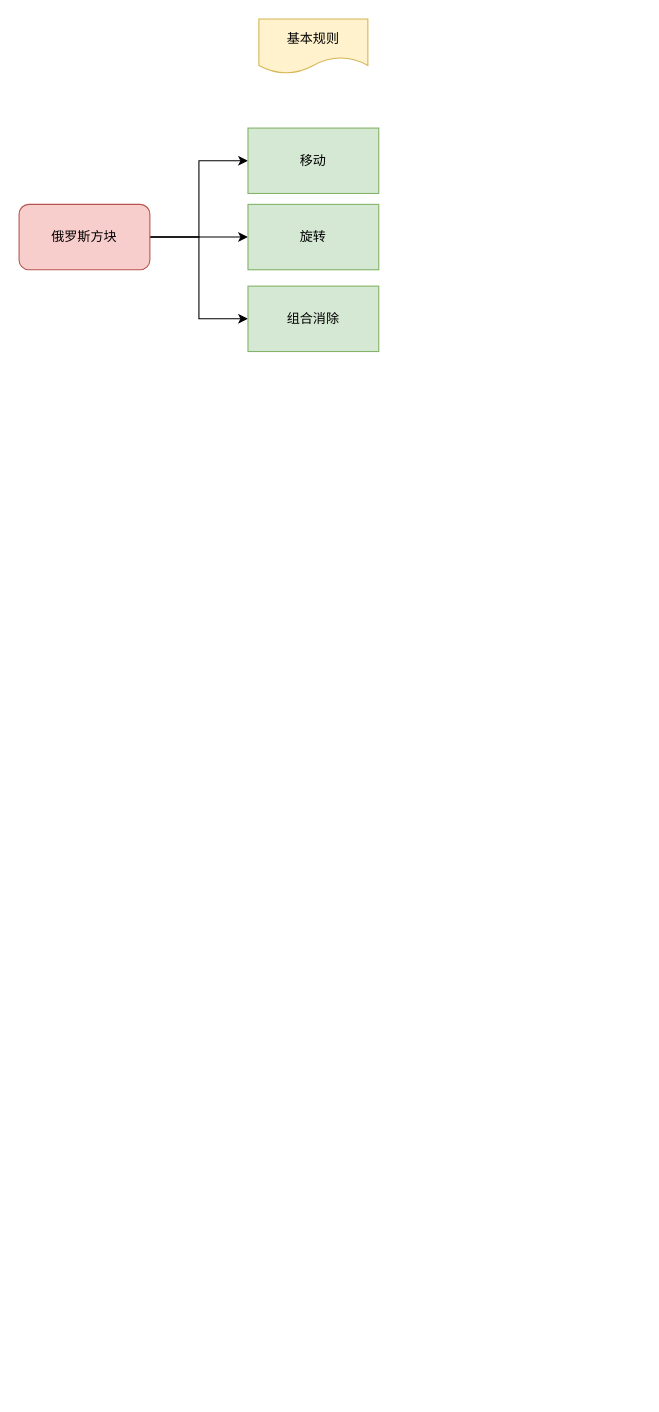
javakenny/Drawio keeps this draw.io diagram as 未命名绘图.drawio. Above is the earlier version. Source tidied: cells renumbered, new cells numbered last; positions are measured from the earlier drawing's top-left corner, leaving out a move shared by most shapes. Both pictures are drawn from the tidied source at 109%, with x=0, y=0 at pixel (19, 19).
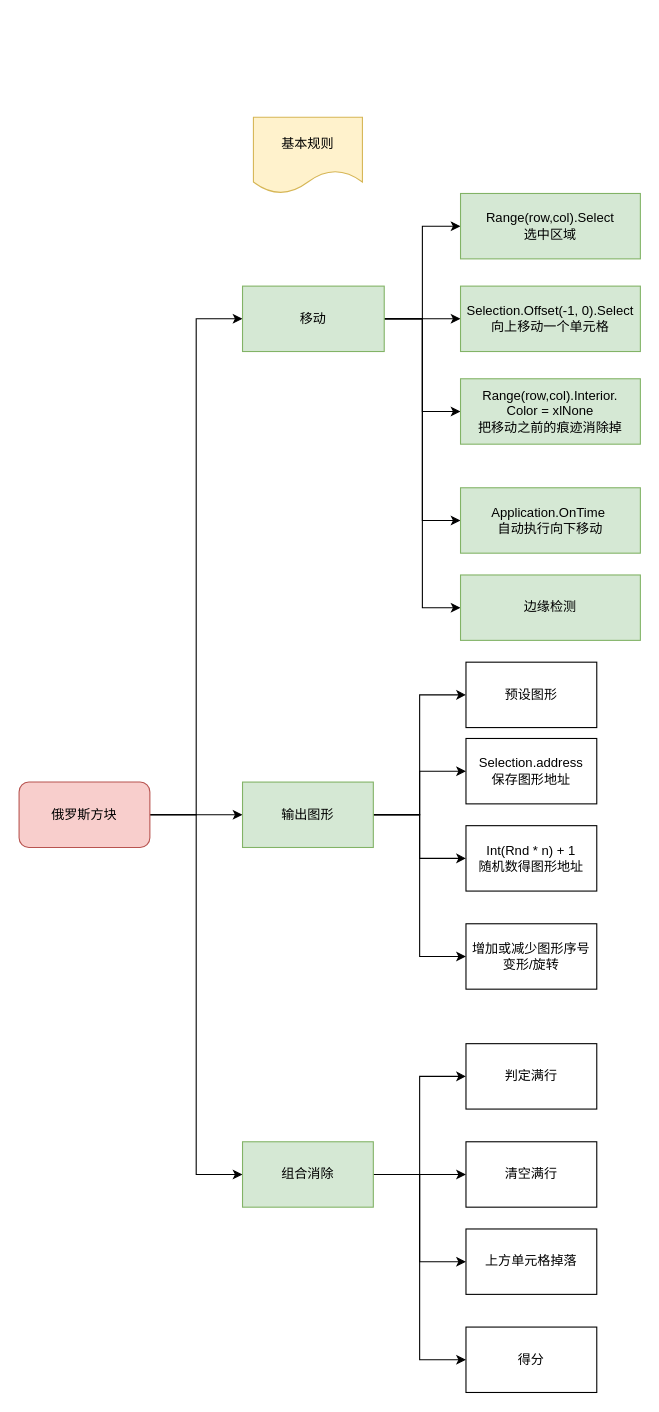
Above is the later version.

Commit message (it also covers changes not shown here):
更新未命名绘图.drawio

Change to the diagram source:
```diff
@@
-    <mxCell id="3" style="edgeStyle=orthogonalEdgeStyle;rounded=0;jettySize=auto;html=1;entryX=0;entryY=0.5;entryDx=0;entryDy=0;" parent="1" edge="1" source="5" target="7">
-      <mxGeometry relative="1" as="geometry" />
-    </mxCell>
@@
+    <mxCell id="10" style="edgeStyle=orthogonalEdgeStyle;rounded=0;jettySize=auto;html=1;entryX=0;entryY=0.5;entryDx=0;entryDy=0;" parent="1" edge="1" source="5" target="27">
+      <mxGeometry relative="1" as="geometry" />
+    </mxCell>
     <mxCell id="5" value="俄罗斯方块" style="rounded=1;whiteSpace=wrap;html=1;fillColor=#f8cecc;strokeColor=#b85450;" parent="1" vertex="1">
-      <mxGeometry y="170" width="120" height="60" as="geometry" />
+      <mxGeometry y="700" width="120" height="60" as="geometry" />
     </mxCell>
+    <mxCell id="11" style="edgeStyle=orthogonalEdgeStyle;rounded=0;jettySize=auto;html=1;entryX=0;entryY=0.5;entryDx=0;entryDy=0;" parent="1" edge="1" source="6" target="21">
+      <mxGeometry relative="1" as="geometry" />
+    </mxCell>
+    <mxCell id="12" style="edgeStyle=orthogonalEdgeStyle;rounded=0;jettySize=auto;html=1;entryX=0;entryY=0.5;entryDx=0;entryDy=0;" parent="1" edge="1" source="6" target="22">
+      <mxGeometry relative="1" as="geometry" />
+    </mxCell>
+    <mxCell id="13" style="edgeStyle=orthogonalEdgeStyle;rounded=0;jettySize=auto;html=1;entryX=0;entryY=0.5;entryDx=0;entryDy=0;" parent="1" edge="1" source="6" target="20">
+      <mxGeometry relative="1" as="geometry" />
+    </mxCell>
+    <mxCell id="14" style="edgeStyle=orthogonalEdgeStyle;rounded=0;jettySize=auto;html=1;entryX=0;entryY=0.5;entryDx=0;entryDy=0;" parent="1" edge="1" source="6" target="28">
+      <mxGeometry relative="1" as="geometry" />
+    </mxCell>
+    <mxCell id="15" style="edgeStyle=orthogonalEdgeStyle;rounded=0;jettySize=auto;html=1;entryX=0;entryY=0.5;entryDx=0;entryDy=0;" parent="1" edge="1" source="6" target="29">
+      <mxGeometry relative="1" as="geometry" />
+    </mxCell>
     <mxCell id="6" value="移动" style="rounded=0;whiteSpace=wrap;html=1;fillColor=#d5e8d4;strokeColor=#82b366;" parent="1" vertex="1">
-      <mxGeometry x="210" y="100" width="120" height="60" as="geometry" />
+      <mxGeometry x="205" y="245" width="130" height="60" as="geometry" />
     </mxCell>
-    <mxCell id="7" value="旋转" style="rounded=0;whiteSpace=wrap;html=1;fillColor=#d5e8d4;strokeColor=#82b366;" parent="1" vertex="1">
-      <mxGeometry x="210" y="170" width="120" height="60" as="geometry" />
-    </mxCell>
+    <mxCell id="16" style="edgeStyle=orthogonalEdgeStyle;rounded=0;jettySize=auto;html=1;entryX=0;entryY=0.5;entryDx=0;entryDy=0;" parent="1" edge="1" source="8" target="34">
+      <mxGeometry relative="1" as="geometry" />
+    </mxCell>
+    <mxCell id="17" style="edgeStyle=orthogonalEdgeStyle;rounded=0;jettySize=auto;html=1;entryX=0;entryY=0.5;entryDx=0;entryDy=0;" parent="1" edge="1" source="8" target="35">
+      <mxGeometry relative="1" as="geometry" />
+    </mxCell>
+    <mxCell id="18" style="edgeStyle=orthogonalEdgeStyle;rounded=0;jettySize=auto;html=1;entryX=0;entryY=0.5;entryDx=0;entryDy=0;" parent="1" edge="1" source="8" target="36">
+      <mxGeometry relative="1" as="geometry" />
+    </mxCell>
+    <mxCell id="19" style="edgeStyle=orthogonalEdgeStyle;rounded=0;jettySize=auto;html=1;entryX=0;entryY=0.5;entryDx=0;entryDy=0;" parent="1" edge="1" source="8" target="37">
+      <mxGeometry relative="1" as="geometry" />
+    </mxCell>
     <mxCell id="8" value="组合消除" style="rounded=0;whiteSpace=wrap;html=1;fillColor=#d5e8d4;strokeColor=#82b366;" parent="1" vertex="1">
-      <mxGeometry x="210" y="245" width="120" height="60" as="geometry" />
+      <mxGeometry x="205" y="1030" width="120" height="60" as="geometry" />
     </mxCell>
     <mxCell id="9" value="基本规则" style="shape=document;whiteSpace=wrap;html=1;boundedLbl=1;fillColor=#fff2cc;strokeColor=#d6b656;" parent="1" vertex="1">
-      <mxGeometry x="220" width="100" height="50" as="geometry" />
+      <mxGeometry x="215" y="90" width="100" height="70" as="geometry" />
     </mxCell>
+    <mxCell id="20" value="Range(row,col).Select&lt;br&gt;选中区域" style="whiteSpace=wrap;html=1;rounded=0;strokeColor=#82b366;fillColor=#d5e8d4;" parent="1" vertex="1">
+      <mxGeometry x="405" y="160" width="165" height="60" as="geometry" />
+    </mxCell>
+    <mxCell id="21" value="Selection.Offset(-1, 0).Select&lt;br&gt;向上移动一个单元格" style="rounded=0;whiteSpace=wrap;html=1;fillColor=#d5e8d4;strokeColor=#82b366;" parent="1" vertex="1">
+      <mxGeometry x="405" y="245" width="165" height="60" as="geometry" />
+    </mxCell>
+    <mxCell id="22" value="&lt;span&gt;Range(row,col).&lt;/span&gt;Interior.&lt;br&gt;Color = xlNone&lt;br&gt;把移动之前的痕迹消除掉" style="rounded=0;whiteSpace=wrap;html=1;fillColor=#d5e8d4;strokeColor=#82b366;" parent="1" vertex="1">
+      <mxGeometry x="405" y="330" width="165" height="60" as="geometry" />
+    </mxCell>
+    <mxCell id="23" style="edgeStyle=orthogonalEdgeStyle;rounded=0;jettySize=auto;html=1;entryX=0;entryY=0.5;entryDx=0;entryDy=0;" parent="1" edge="1" source="27" target="30">
+      <mxGeometry relative="1" as="geometry" />
+    </mxCell>
+    <mxCell id="24" style="edgeStyle=orthogonalEdgeStyle;rounded=0;jettySize=auto;html=1;entryX=0;entryY=0.5;entryDx=0;entryDy=0;" parent="1" edge="1" source="27" target="31">
+      <mxGeometry relative="1" as="geometry" />
+    </mxCell>
+    <mxCell id="25" style="edgeStyle=orthogonalEdgeStyle;rounded=0;jettySize=auto;html=1;entryX=0;entryY=0.5;entryDx=0;entryDy=0;" parent="1" edge="1" source="27" target="32">
+      <mxGeometry relative="1" as="geometry" />
+    </mxCell>
+    <mxCell id="26" style="edgeStyle=orthogonalEdgeStyle;rounded=0;jettySize=auto;html=1;entryX=0;entryY=0.5;entryDx=0;entryDy=0;" parent="1" edge="1" source="27" target="33">
+      <mxGeometry relative="1" as="geometry" />
+    </mxCell>
+    <mxCell id="27" value="输出图形" style="rounded=0;whiteSpace=wrap;html=1;fillColor=#d5e8d4;strokeColor=#82b366;" parent="1" vertex="1">
+      <mxGeometry x="205" y="700" width="120" height="60" as="geometry" />
+    </mxCell>
+    <mxCell id="28" value="Application.OnTime&amp;nbsp;&lt;br&gt;自动执行向下移动" style="rounded=0;whiteSpace=wrap;html=1;fillColor=#d5e8d4;strokeColor=#82b366;" parent="1" vertex="1">
+      <mxGeometry x="405" y="430" width="165" height="60" as="geometry" />
+    </mxCell>
+    <mxCell id="29" value="边缘检测" style="rounded=0;whiteSpace=wrap;html=1;fillColor=#d5e8d4;strokeColor=#82b366;" parent="1" vertex="1">
+      <mxGeometry x="405" y="510" width="165" height="60" as="geometry" />
+    </mxCell>
+    <mxCell id="30" value="预设图形" style="rounded=0;whiteSpace=wrap;html=1;" parent="1" vertex="1">
+      <mxGeometry x="410" y="590" width="120" height="60" as="geometry" />
+    </mxCell>
+    <mxCell id="31" value="Selection.address&lt;br&gt;保存图形地址" style="rounded=0;whiteSpace=wrap;html=1;" parent="1" vertex="1">
+      <mxGeometry x="410" y="660" width="120" height="60" as="geometry" />
+    </mxCell>
+    <mxCell id="32" value="Int(Rnd * n) + 1&lt;br&gt;随机数得图形地址" style="rounded=0;whiteSpace=wrap;html=1;" parent="1" vertex="1">
+      <mxGeometry x="410" y="740" width="120" height="60" as="geometry" />
+    </mxCell>
+    <mxCell id="33" value="增加或减少图形序号&lt;br&gt;变形/旋转" style="rounded=0;whiteSpace=wrap;html=1;" parent="1" vertex="1">
+      <mxGeometry x="410" y="830" width="120" height="60" as="geometry" />
+    </mxCell>
+    <mxCell id="34" value="判定满行" style="rounded=0;whiteSpace=wrap;html=1;" parent="1" vertex="1">
+      <mxGeometry x="410" y="940" width="120" height="60" as="geometry" />
+    </mxCell>
+    <mxCell id="35" value="清空满行" style="rounded=0;whiteSpace=wrap;html=1;" parent="1" vertex="1">
+      <mxGeometry x="410" y="1030" width="120" height="60" as="geometry" />
+    </mxCell>
+    <mxCell id="36" value="上方单元格掉落" style="rounded=0;whiteSpace=wrap;html=1;" parent="1" vertex="1">
+      <mxGeometry x="410" y="1110" width="120" height="60" as="geometry" />
+    </mxCell>
+    <mxCell id="37" value="得分" style="rounded=0;whiteSpace=wrap;html=1;" parent="1" vertex="1">
+      <mxGeometry x="410" y="1200" width="120" height="60" as="geometry" />
+    </mxCell>
```
